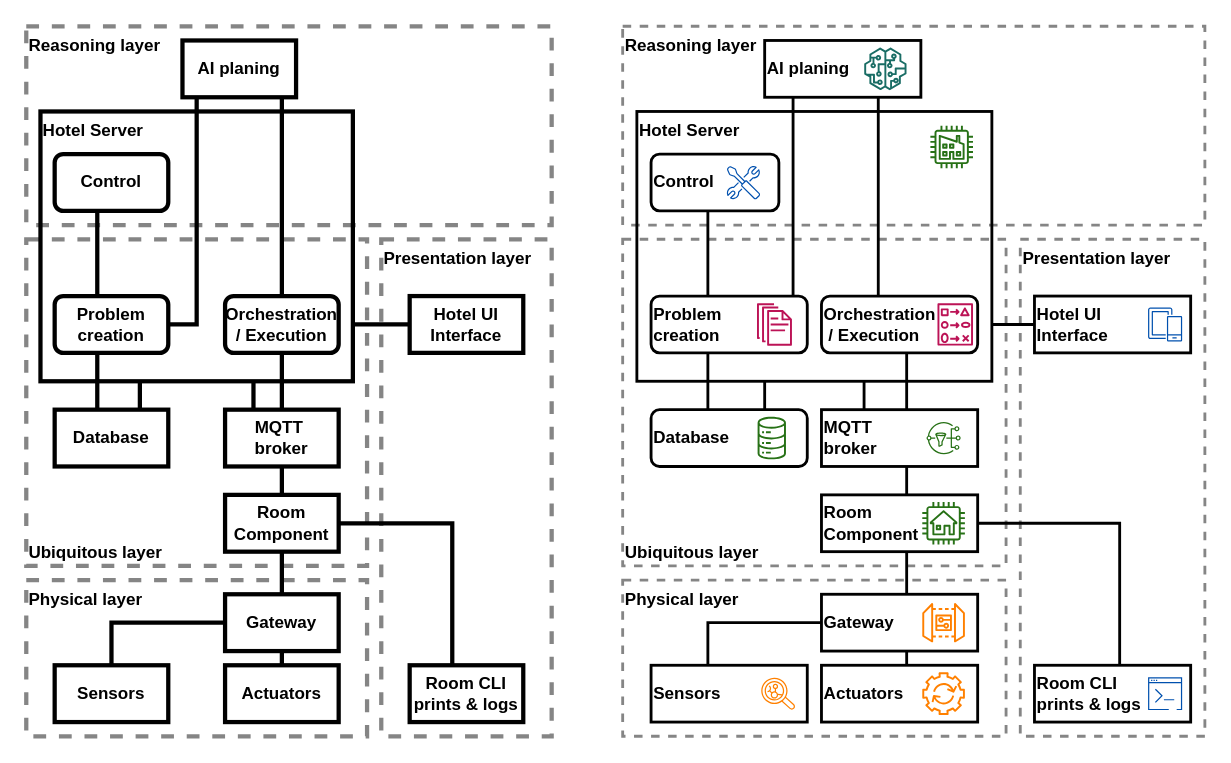
This is page "Report" (3 of 4) of ArchitectureIdears.drawio from SimonNass/SCIoT_G02_2025, a draw.io file, before an edit. Source tidied: cells renumbered, new cells numbered last; positions are measured from the earlier drawing's top-left corner, leaving out a move shared by most shapes. Both pictures are drawn from the tidied source at 142%, with x=0, y=0 at pixel (-145, 26).
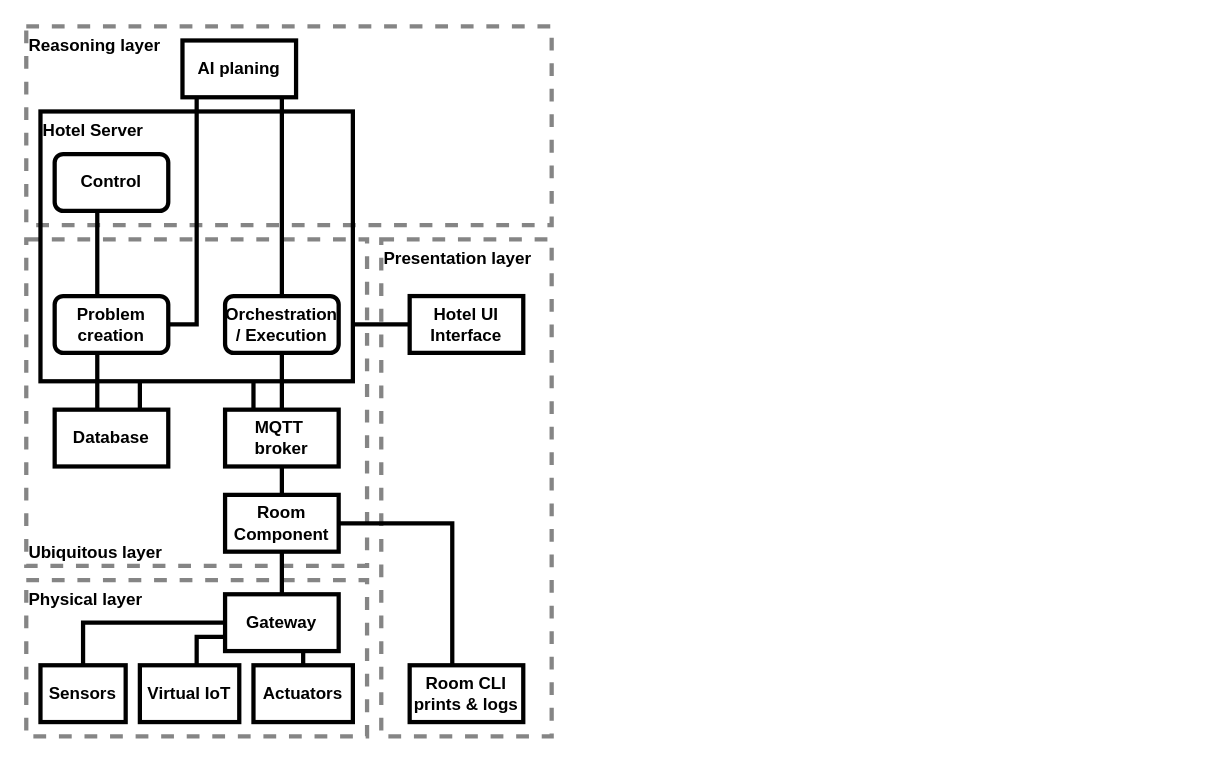
After the change.

Commit message (it also covers changes not shown here):
Virtual IoT

The change refers to these unchanged cells:
```xml
<mxCell id="9" value="Gateway" style="rounded=0;whiteSpace=wrap;html=1;strokeWidth=3;fontStyle=1;fontSize=12;fontFamily=Helvetica;" parent="1" vertex="1">
  <mxGeometry x="260" y="400" width="80" height="40" as="geometry" />
</mxCell>
```

Diff of the diagram source:
```diff
@@
     <mxCell id="12" style="rounded=0;jettySize=auto;html=1;endArrow=none;endFill=0;edgeStyle=elbowEdgeStyle;strokeWidth=3;fontStyle=1;fontSize=12;fontFamily=Helvetica;" parent="1" edge="1" source="13" target="9">
       <mxGeometry relative="1" as="geometry">
         <Array as="points">
+          <mxPoint x="160" y="420" />
           <mxPoint x="180" y="420" />
         </Array>
       </mxGeometry>
     </mxCell>
     <mxCell id="13" value="Sensors" style="rounded=0;whiteSpace=wrap;html=1;strokeWidth=3;fontStyle=1;fontSize=12;fontFamily=Helvetica;" parent="1" vertex="1">
-      <mxGeometry x="140" y="450" width="80" height="40" as="geometry" />
+      <mxGeometry x="130" y="450" width="60" height="40" as="geometry" />
     </mxCell>
-    <mxCell id="14" style="rounded=0;jettySize=auto;html=1;endArrow=none;endFill=0;strokeWidth=3;fontStyle=1;fontSize=12;fontFamily=Helvetica;" parent="1" edge="1" source="15" target="9">
-      <mxGeometry relative="1" as="geometry" />
+    <mxCell id="14" style="rounded=0;jettySize=auto;html=1;endArrow=none;endFill=0;strokeWidth=3;fontStyle=1;fontSize=12;fontFamily=Helvetica;edgeStyle=orthogonalEdgeStyle;" parent="1" edge="1" source="15" target="9">
+      <mxGeometry relative="1" as="geometry">
+        <Array as="points">
+          <mxPoint x="320" y="440" />
+        </Array>
+      </mxGeometry>
     </mxCell>
     <mxCell id="15" value="Actuators" style="rounded=0;whiteSpace=wrap;html=1;strokeWidth=3;fontStyle=1;fontSize=12;fontFamily=Helvetica;" parent="1" vertex="1">
-      <mxGeometry x="260" y="450" width="80" height="40" as="geometry" />
+      <mxGeometry x="280" y="450" width="70" height="40" as="geometry" />
     </mxCell>
@@
-    <mxCell id="31" value="&lt;span style=&quot;font-size: 12px;&quot;&gt;Ubiquitous layer&lt;/span&gt;" style="rounded=0;whiteSpace=wrap;html=1;dashed=1;fillColor=none;verticalAlign=bottom;align=left;strokeColor=#858585;strokeWidth=2;fontStyle=1;fontSize=12;fontFamily=Helvetica;" parent="1" vertex="1">
-      <mxGeometry x="540" y="150" width="270" height="230" as="geometry" />
-    </mxCell>
-    <mxCell id="32" value="&lt;span style=&quot;font-size: 12px;&quot;&gt;Physical layer&lt;/span&gt;" style="rounded=0;whiteSpace=wrap;html=1;dashed=1;fillColor=none;verticalAlign=top;align=left;strokeColor=#858585;strokeWidth=2;fontStyle=1;fontSize=12;fontFamily=Helvetica;" parent="1" vertex="1">
-      <mxGeometry x="540" y="390" width="270" height="110" as="geometry" />
-    </mxCell>
-    <mxCell id="33" value="&lt;span style=&quot;font-size: 12px;&quot;&gt;Reasoning layer&lt;/span&gt;" style="rounded=0;whiteSpace=wrap;html=1;dashed=1;fillColor=none;verticalAlign=top;align=left;strokeColor=#858585;strokeWidth=2;fontStyle=1;fontSize=12;fontFamily=Helvetica;" parent="1" vertex="1">
-      <mxGeometry x="540" width="410" height="140" as="geometry" />
-    </mxCell>
-    <mxCell id="34" value="Presentation layer" style="rounded=0;whiteSpace=wrap;html=1;dashed=1;fillColor=none;verticalAlign=top;strokeColor=#858585;strokeWidth=2;fontStyle=1;fontSize=12;fontFamily=Helvetica;align=left;" parent="1" vertex="1">
-      <mxGeometry x="820" y="150" width="130" height="350" as="geometry" />
-    </mxCell>
-    <mxCell id="35" style="rounded=0;jettySize=auto;html=1;endArrow=none;endFill=0;edgeStyle=orthogonalEdgeStyle;elbow=vertical;strokeWidth=2;fontStyle=1;fontSize=12;fontFamily=Helvetica;" parent="1" edge="1" source="36" target="37">
-      <mxGeometry relative="1" as="geometry">
-        <Array as="points">
-          <mxPoint x="820" y="210" />
-          <mxPoint x="820" y="210" />
-        </Array>
-      </mxGeometry>
-    </mxCell>
-    <mxCell id="36" value="Hotel UI &lt;br&gt;Interface" style="rounded=0;whiteSpace=wrap;html=1;strokeWidth=2;fontStyle=1;fontSize=12;fontFamily=Helvetica;align=left;" parent="1" vertex="1">
-      <mxGeometry x="830" y="190" width="110" height="40" as="geometry" />
-    </mxCell>
-    <mxCell id="37" value="Hotel Server" style="rounded=0;whiteSpace=wrap;html=1;verticalAlign=top;fillColor=none;strokeWidth=2;fontStyle=1;fontSize=12;fontFamily=Helvetica;align=left;" parent="1" vertex="1">
-      <mxGeometry x="550" y="60" width="250" height="190" as="geometry" />
-    </mxCell>
-    <mxCell id="38" value="Gateway" style="rounded=0;whiteSpace=wrap;html=1;strokeWidth=2;fontStyle=1;fontSize=12;fontFamily=Helvetica;align=left;" parent="1" vertex="1">
-      <mxGeometry x="680" y="400" width="110" height="40" as="geometry" />
-    </mxCell>
-    <mxCell id="39" style="edgeStyle=elbowEdgeStyle;rounded=0;jettySize=auto;html=1;endArrow=none;endFill=0;strokeWidth=2;fontStyle=1;fontSize=12;fontFamily=Helvetica;" parent="1" edge="1" source="40" target="38">
-      <mxGeometry relative="1" as="geometry">
-        <Array as="points">
-          <mxPoint x="740" y="380" />
-        </Array>
-      </mxGeometry>
-    </mxCell>
-    <mxCell id="40" value="Room &lt;br&gt;Component" style="rounded=0;whiteSpace=wrap;html=1;strokeWidth=2;fontStyle=1;fontSize=12;fontFamily=Helvetica;align=left;" parent="1" vertex="1">
-      <mxGeometry x="680" y="330" width="110" height="40" as="geometry" />
-    </mxCell>
-    <mxCell id="41" style="rounded=0;jettySize=auto;html=1;endArrow=none;endFill=0;edgeStyle=elbowEdgeStyle;strokeWidth=2;fontStyle=1;fontSize=12;fontFamily=Helvetica;" parent="1" edge="1" source="42" target="38">
-      <mxGeometry relative="1" as="geometry">
-        <Array as="points">
-          <mxPoint x="600" y="420" />
-        </Array>
-      </mxGeometry>
-    </mxCell>
-    <mxCell id="42" value="Sensors" style="rounded=0;whiteSpace=wrap;html=1;strokeWidth=2;fontStyle=1;fontSize=12;fontFamily=Helvetica;align=left;" parent="1" vertex="1">
-      <mxGeometry x="560" y="450" width="110" height="40" as="geometry" />
-    </mxCell>
-    <mxCell id="43" style="rounded=0;jettySize=auto;html=1;endArrow=none;endFill=0;strokeWidth=2;fontStyle=1;fontSize=12;fontFamily=Helvetica;edgeStyle=elbowEdgeStyle;" parent="1" edge="1" source="44" target="38">
-      <mxGeometry relative="1" as="geometry">
-        <Array as="points">
-          <mxPoint x="740" y="445" />
-        </Array>
-      </mxGeometry>
-    </mxCell>
-    <mxCell id="44" value="Actuators" style="rounded=0;whiteSpace=wrap;html=1;strokeWidth=2;fontStyle=1;fontSize=12;fontFamily=Helvetica;align=left;" parent="1" vertex="1">
-      <mxGeometry x="680" y="450" width="110" height="40" as="geometry" />
-    </mxCell>
-    <mxCell id="45" value="Database" style="rounded=1;whiteSpace=wrap;html=1;strokeWidth=2;fontStyle=1;fontSize=12;fontFamily=Helvetica;align=left;fillColor=#ffffff;strokeColor=#000000;" parent="1" vertex="1">
-      <mxGeometry x="560" y="270" width="110" height="40" as="geometry" />
-    </mxCell>
-    <mxCell id="46" style="edgeStyle=elbowEdgeStyle;rounded=0;jettySize=auto;html=1;endArrow=none;endFill=0;strokeWidth=2;fontStyle=1;fontSize=12;fontFamily=Helvetica;" parent="1" edge="1" source="58" target="59">
-      <mxGeometry relative="1" as="geometry">
-        <Array as="points">
-          <mxPoint x="660" y="120" />
-          <mxPoint x="670" y="120" />
-          <mxPoint x="660" y="200" />
-          <mxPoint x="730" y="100" />
-          <mxPoint x="670" y="130" />
-          <mxPoint x="420" y="180" />
-          <mxPoint x="430" y="180" />
-          <mxPoint x="430" y="180" />
-          <mxPoint x="620" y="170" />
-          <mxPoint x="620" y="180" />
-          <mxPoint x="620" y="160" />
-          <mxPoint x="890" y="170" />
-        </Array>
-      </mxGeometry>
-    </mxCell>
-    <mxCell id="47" style="edgeStyle=orthogonalEdgeStyle;rounded=0;jettySize=auto;html=1;endArrow=none;endFill=0;strokeWidth=2;fontStyle=1;fontSize=12;fontFamily=Helvetica;" parent="1" edge="1" source="48" target="58">
-      <mxGeometry relative="1" as="geometry">
-        <Array as="points">
-          <mxPoint x="600" y="160" />
-          <mxPoint x="600" y="160" />
-        </Array>
-      </mxGeometry>
-    </mxCell>
-    <mxCell id="48" value="Control" style="rounded=1;whiteSpace=wrap;html=1;fillColor=#ffffff;strokeWidth=2;fontStyle=1;fontSize=12;fontFamily=Helvetica;align=left;" parent="1" vertex="1">
-      <mxGeometry x="560" y="90" width="90" height="40" as="geometry" />
-    </mxCell>
-    <mxCell id="49" style="edgeStyle=elbowEdgeStyle;rounded=0;jettySize=auto;html=1;endArrow=none;endFill=0;strokeWidth=2;fontStyle=1;fontSize=12;fontFamily=Helvetica;" parent="1" edge="1" source="59" target="51">
-      <mxGeometry relative="1" as="geometry">
-        <Array as="points">
-          <mxPoint x="720" y="120" />
-          <mxPoint x="670" y="160" />
-          <mxPoint x="730" y="130" />
-          <mxPoint x="730" y="150" />
-          <mxPoint x="720" y="160" />
-          <mxPoint x="720" y="140" />
-        </Array>
-      </mxGeometry>
-    </mxCell>
-    <mxCell id="50" style="edgeStyle=elbowEdgeStyle;html=1;endArrow=none;endFill=0;rounded=0;strokeWidth=2;fontStyle=1;fontSize=12;fontFamily=Helvetica;" parent="1" edge="1" source="51" target="56">
-      <mxGeometry relative="1" as="geometry">
-        <Array as="points">
-          <mxPoint x="740" y="250" />
-          <mxPoint x="780" y="250" />
-          <mxPoint x="780" y="260" />
-        </Array>
-      </mxGeometry>
-    </mxCell>
-    <mxCell id="51" value="Orchestration&lt;br&gt;&amp;nbsp;/ Execution" style="rounded=1;whiteSpace=wrap;html=1;fillColor=#ffffff;strokeWidth=2;fontStyle=1;fontSize=12;fontFamily=Helvetica;align=left;" parent="1" vertex="1">
-      <mxGeometry x="680" y="190" width="110" height="40" as="geometry" />
-    </mxCell>
-    <mxCell id="52" style="edgeStyle=elbowEdgeStyle;html=1;endArrow=none;endFill=0;rounded=0;curved=0;strokeWidth=2;fontStyle=1;fontSize=12;fontFamily=Helvetica;" parent="1" edge="1" source="53" target="40">
-      <mxGeometry relative="1" as="geometry">
-        <Array as="points">
-          <mxPoint x="890" y="410" />
-        </Array>
-      </mxGeometry>
-    </mxCell>
-    <mxCell id="53" value="Room CLI &lt;br&gt;prints &amp;amp; logs" style="rounded=0;whiteSpace=wrap;html=1;strokeWidth=2;fontStyle=1;fontSize=12;fontFamily=Helvetica;align=left;" parent="1" vertex="1">
-      <mxGeometry x="830" y="450" width="110" height="40" as="geometry" />
-    </mxCell>
-    <mxCell id="54" style="edgeStyle=elbowEdgeStyle;html=1;endArrow=none;endFill=0;rounded=0;curved=0;strokeWidth=2;fontStyle=1;fontSize=12;fontFamily=Helvetica;" parent="1" edge="1" source="56" target="40">
-      <mxGeometry relative="1" as="geometry">
-        <Array as="points">
-          <mxPoint x="740" y="320" />
-        </Array>
-      </mxGeometry>
-    </mxCell>
-    <mxCell id="55" style="edgeStyle=elbowEdgeStyle;html=1;endArrow=none;endFill=0;strokeWidth=2;fontStyle=1;fontSize=12;fontFamily=Helvetica;" parent="1" edge="1" source="56" target="37">
-      <mxGeometry relative="1" as="geometry">
-        <Array as="points">
-          <mxPoint x="710" y="260" />
-        </Array>
-      </mxGeometry>
-    </mxCell>
-    <mxCell id="56" value="MQTT&amp;nbsp;&lt;div style=&quot;font-size: 12px;&quot;&gt;broker&lt;/div&gt;" style="rounded=0;whiteSpace=wrap;html=1;strokeWidth=2;fontStyle=1;fontSize=12;fontFamily=Helvetica;align=left;" parent="1" vertex="1">
-      <mxGeometry x="680" y="270" width="110" height="40" as="geometry" />
-    </mxCell>
-    <mxCell id="57" style="edgeStyle=elbowEdgeStyle;html=1;endArrow=none;endFill=0;elbow=vertical;rounded=0;curved=0;strokeWidth=2;fontStyle=1;fontSize=12;fontFamily=Helvetica;" parent="1" edge="1" source="58" target="45">
-      <mxGeometry relative="1" as="geometry">
-        <Array as="points">
-          <mxPoint x="600" y="260" />
-        </Array>
-      </mxGeometry>
-    </mxCell>
-    <mxCell id="58" value="Problem &lt;br&gt;creation" style="rounded=1;whiteSpace=wrap;html=1;fillColor=#ffffff;strokeWidth=2;fontStyle=1;fontSize=12;fontFamily=Helvetica;align=left;" parent="1" vertex="1">
-      <mxGeometry x="560" y="190" width="110" height="40" as="geometry" />
-    </mxCell>
-    <mxCell id="59" value="AI planing" style="rounded=0;whiteSpace=wrap;html=1;strokeWidth=2;fontStyle=1;fontSize=12;fontFamily=Helvetica;align=left;" parent="1" vertex="1">
-      <mxGeometry x="640" y="10" width="110" height="40" as="geometry" />
-    </mxCell>
-    <mxCell id="60" style="fontColor=#232F3E;gradientColor=none;fillColor=#277116;strokeColor=none;dashed=0;verticalLabelPosition=bottom;verticalAlign=top;align=center;html=1;fontSize=12;fontStyle=0;shape=mxgraph.aws4.iot_analytics_data_store;" parent="1" vertex="1">
-      <mxGeometry x="634.6" y="275" width="20.8" height="30" as="geometry" />
-    </mxCell>
-    <mxCell id="61" style="edgeStyle=elbowEdgeStyle;rounded=0;jettySize=auto;html=1;strokeWidth=2;" parent="1" edge="1" source="62" target="59">
-      <mxGeometry relative="1" as="geometry" />
-    </mxCell>
-    <mxCell id="62" style="outlineConnect=0;fontColor=#232F3E;gradientColor=none;fillColor=#1A6D65;strokeColor=none;dashed=0;verticalLabelPosition=bottom;verticalAlign=top;align=center;html=1;fontSize=12;fontStyle=0;shape=mxgraph.aws4.sagemaker_model;" parent="1" vertex="1">
-      <mxGeometry x="710" y="15" width="30" height="30" as="geometry" />
-    </mxCell>
-    <mxCell id="63" style="fontColor=#232F3E;gradientColor=none;fillColor=#FF8000;strokeColor=none;dashed=0;verticalLabelPosition=bottom;verticalAlign=top;align=center;html=1;fontSize=12;fontStyle=0;shape=mxgraph.aws4.iot_device_gateway;" parent="1" vertex="1">
-      <mxGeometry x="751" y="405" width="30" height="30" as="geometry" />
-    </mxCell>
-    <mxCell id="64" style="fontColor=#232F3E;gradientColor=none;fillColor=#BC1356;strokeColor=none;dashed=0;verticalLabelPosition=bottom;verticalAlign=top;align=center;html=1;fontSize=12;fontStyle=0;shape=mxgraph.aws4.documents;" parent="1" vertex="1">
-      <mxGeometry x="634.6" y="195" width="24.6" height="30" as="geometry" />
-    </mxCell>
-    <mxCell id="65" style="fontColor=#232F3E;gradientColor=none;fillColor=#FF8000;strokeColor=none;dashed=0;verticalLabelPosition=bottom;verticalAlign=top;align=center;html=1;fontSize=12;fontStyle=0;shape=mxgraph.aws4.automation;" parent="1" vertex="1">
-      <mxGeometry x="751" y="455" width="30" height="30" as="geometry" />
-    </mxCell>
-    <mxCell id="66" style="fontColor=#232F3E;gradientColor=none;gradientDirection=north;fillColor=none;strokeColor=#FF8000;dashed=0;verticalLabelPosition=bottom;verticalAlign=top;align=center;html=1;fontSize=12;fontStyle=0;shape=mxgraph.aws4.resourceIcon;resIcon=mxgraph.aws4.inspector;" parent="1" vertex="1">
-      <mxGeometry x="634.6" y="455" width="30" height="30" as="geometry" />
-    </mxCell>
-    <mxCell id="67" style="fontColor=#232F3E;gradientColor=none;fillColor=#277116;strokeColor=none;dashed=0;verticalLabelPosition=bottom;verticalAlign=top;align=center;html=1;fontSize=12;fontStyle=0;shape=mxgraph.aws4.house;" parent="1" vertex="1">
-      <mxGeometry x="751" y="335" width="30" height="30" as="geometry" />
-    </mxCell>
-    <mxCell id="68" style="fontColor=#232F3E;gradientColor=#4D72F3;gradientDirection=north;fillColor=none;strokeColor=#0050AE;dashed=0;verticalLabelPosition=bottom;verticalAlign=top;align=center;html=1;fontSize=12;fontStyle=0;shape=mxgraph.aws4.resourceIcon;resIcon=mxgraph.aws4.developer_tools;" parent="1" vertex="1">
-      <mxGeometry x="610" y="95" width="30" height="30" as="geometry" />
-    </mxCell>
-    <mxCell id="69" style="fontColor=#232F3E;gradientColor=none;fillColor=#277116;strokeColor=none;dashed=0;verticalLabelPosition=bottom;verticalAlign=top;align=center;html=1;fontSize=12;fontStyle=0;shape=mxgraph.aws4.factory;" parent="1" vertex="1">
-      <mxGeometry x="756.7" y="70" width="30" height="30" as="geometry" />
-    </mxCell>
-    <mxCell id="70" style="fontColor=#232F3E;gradientColor=#4D72F3;gradientDirection=north;fillColor=none;strokeColor=#0050AE;dashed=0;verticalLabelPosition=bottom;verticalAlign=top;align=center;html=1;fontSize=12;fontStyle=0;shape=mxgraph.aws4.resourceIcon;resIcon=mxgraph.aws4.command_line_interface;" parent="1" vertex="1">
-      <mxGeometry x="907" y="455" width="30" height="30" as="geometry" />
-    </mxCell>
-    <mxCell id="71" style="fontColor=#232F3E;gradientColor=none;fillColor=#BC1356;strokeColor=none;dashed=0;verticalLabelPosition=bottom;verticalAlign=top;align=center;html=1;fontSize=12;fontStyle=0;shape=mxgraph.aws4.change_set;" parent="1" vertex="1">
-      <mxGeometry x="761.7" y="195" width="25" height="30" as="geometry" />
-    </mxCell>
-    <mxCell id="72" style="fontColor=#232F3E;gradientColor=#F54749;gradientDirection=north;fillColor=none;strokeColor=#0050AE;dashed=0;verticalLabelPosition=bottom;verticalAlign=top;align=center;html=1;fontSize=12;fontStyle=0;shape=mxgraph.aws4.resourceIcon;resIcon=mxgraph.aws4.mobile;" parent="1" vertex="1">
-      <mxGeometry x="907" y="195" width="30" height="30" as="geometry" />
-    </mxCell>
-    <mxCell id="73" style="fontColor=#232F3E;gradientColor=none;fillColor=none;strokeColor=#277116;dashed=0;verticalLabelPosition=bottom;verticalAlign=top;align=center;html=1;fontSize=12;fontStyle=0;shape=mxgraph.aws4.resourceIcon;resIcon=mxgraph.aws4.sns;" parent="1" vertex="1">
-      <mxGeometry x="751" y="275" width="30" height="30" as="geometry" />
-    </mxCell>
@@
-    <mxCell id="75" style="edgeStyle=orthogonalEdgeStyle;html=1;endArrow=none;endFill=0;strokeWidth=2;fontStyle=1;fontSize=12;fontFamily=Helvetica;rounded=0;" parent="1" edge="1" source="45" target="37">
-      <mxGeometry relative="1" as="geometry">
-        <Array as="points">
-          <mxPoint x="640" y="260" />
-          <mxPoint x="640" y="260" />
-        </Array>
-      </mxGeometry>
-    </mxCell>
+    <mxCell id="76" style="edgeStyle=orthogonalEdgeStyle;rounded=0;jettySize=auto;html=1;strokeWidth=3;endArrow=none;endFill=0;" parent="1" edge="1" source="77" target="9">
+      <mxGeometry relative="1" as="geometry">
+        <Array as="points">
+          <mxPoint x="240" y="430" />
+        </Array>
+      </mxGeometry>
+    </mxCell>
+    <mxCell id="77" value="Virtual IoT" style="rounded=0;whiteSpace=wrap;html=1;strokeWidth=3;fontStyle=1;fontSize=12;fontFamily=Helvetica;" parent="1" vertex="1">
+      <mxGeometry x="200" y="450" width="70" height="40" as="geometry" />
+    </mxCell>
```
